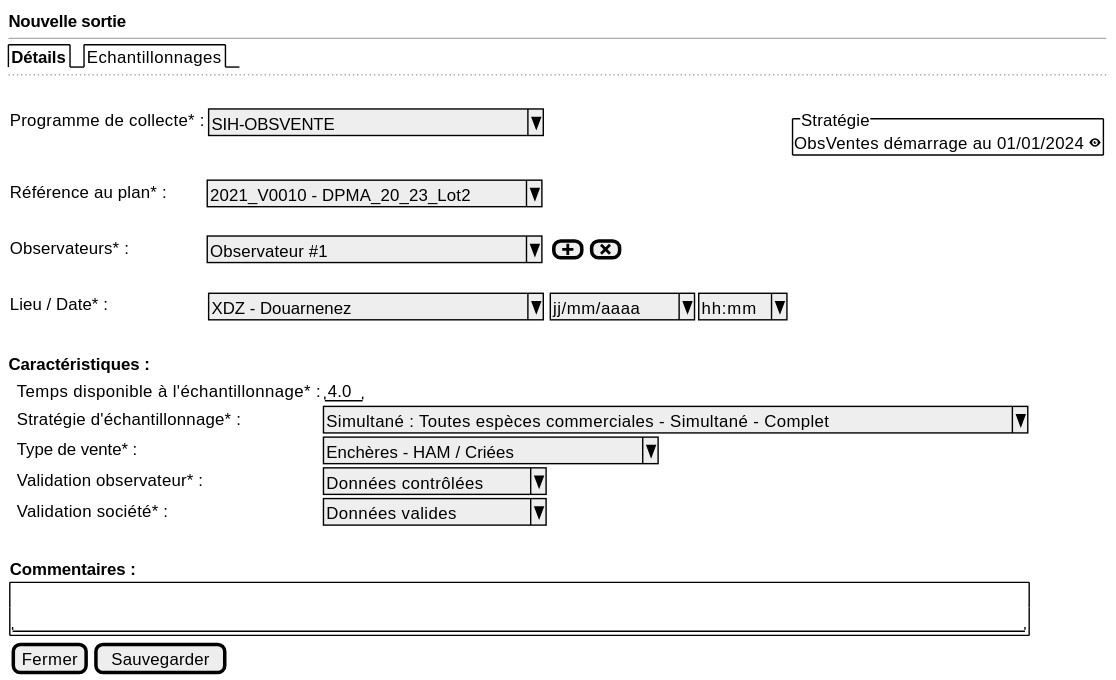
sumaris-net/sumaris-doc keeps this PlantUML diagram as projects/obsvente/spe/images/observed-location-new.svg. Above is the earlier version.
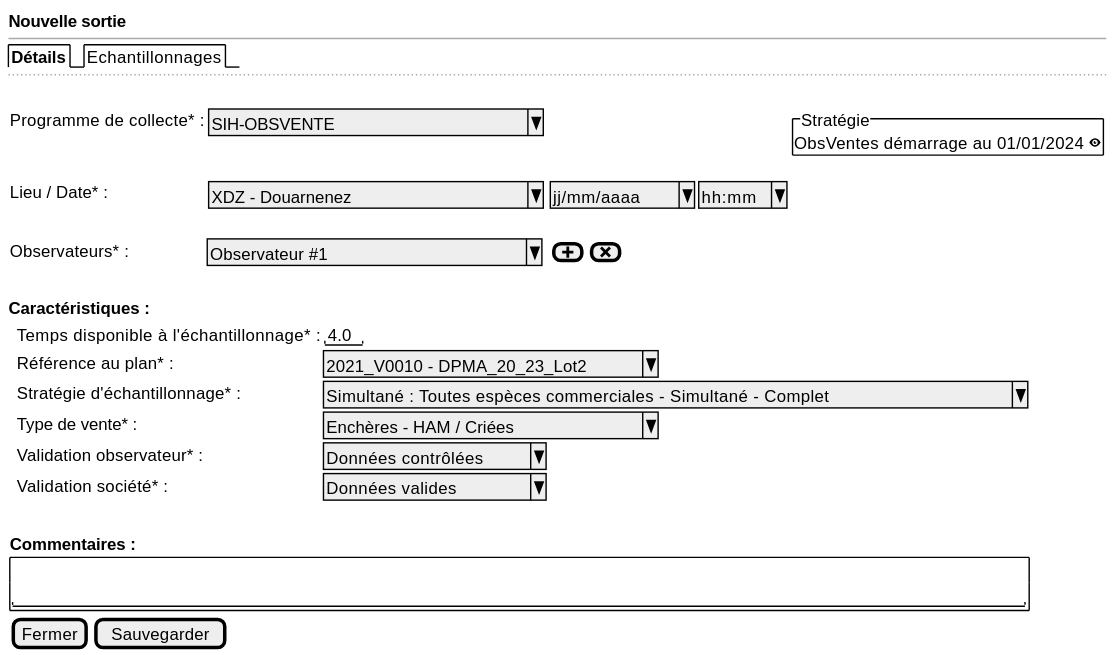
Above is the later version.

Diff of the diagram source:
```diff
@@ -9,19 +9,19 @@
 
       Programme de collecte* :    | { ^SIH-OBSVENTE                ^ } | * | {^"Stratégie"
                                                                                               ObsVentes démarrage au 01/01/2024 <&eye> }
-
-      Référence au plan* : | ^2021_V0010 - DPMA_20_23_Lot2^
+      Lieu / Date* :     | { ^XDZ - Douarnenez            ^ } | { ^ jj/mm/aaaa^  |  ^ hh:mm^ }
       .
       Observateurs* :            | ^ Observateur #1             ^ | { [<&plus>] | [<&x>] }
       .
-      Lieu / Date* :     | { ^XDZ - Douarnenez            ^ } | { ^ jj/mm/aaaa^  |  ^ hh:mm^ }
-      .
+
+
   }
 
   <b>Caractéristiques :
 
   {
       . | Temps disponible à l'échantillonnage* :| "4.0"
+      . | Référence au plan* : | ^2021_V0010 - DPMA_20_23_Lot2^
       . | Stratégie d'échantillonnage* : | ^Simultané : Toutes espèces commerciales - Simultané - Complet^
       . | Type de vente* : | ^Enchères - HAM / Criées     ^
       . | Validation observateur* : | ^Données contrôlées^
```
